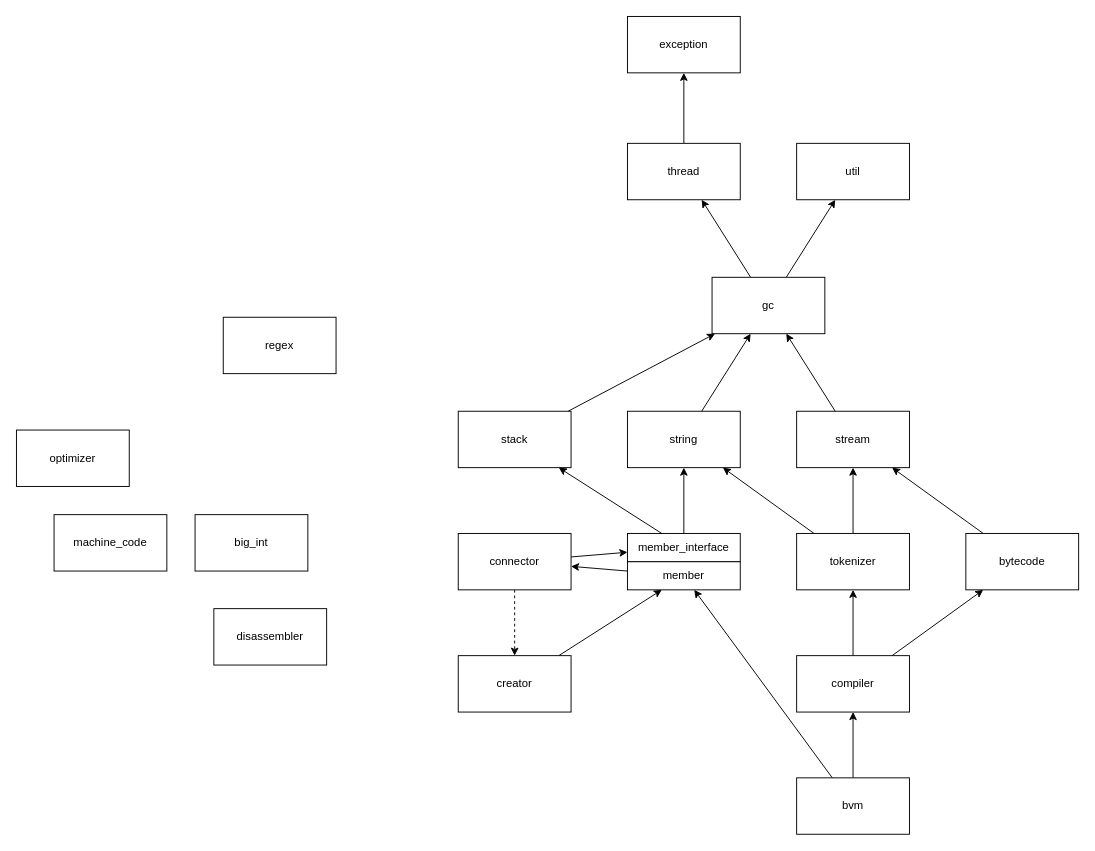
Before: page "Dependencies" (3 of 4) of Components.drawio in bialang/bia, a draw.io diagram. Source tidied: cells renumbered, new cells numbered last; positions are measured from the earlier drawing's top-left corner, leaving out a move shared by most shapes. Both pictures are drawn from the tidied source at 94%, with x=0, y=0 at pixel (16, 16).
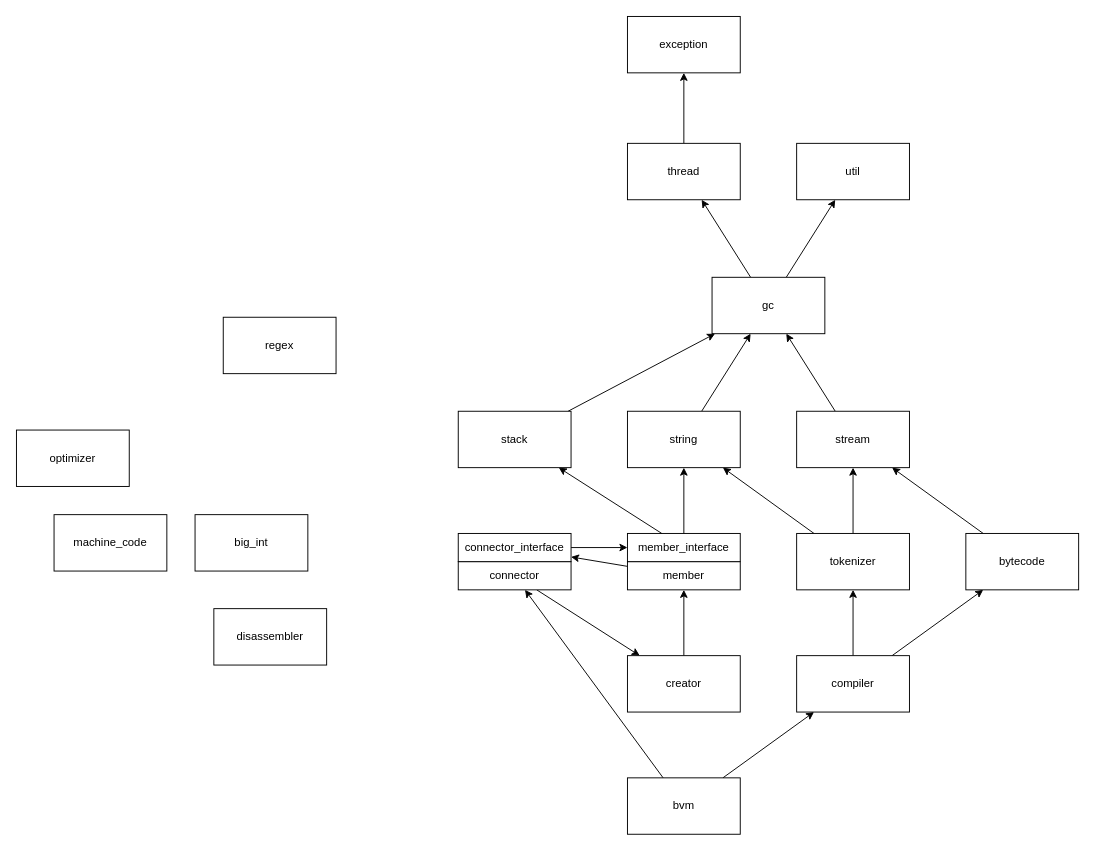
Above is the later version.

The change refers to these unchanged cells:
```xml
<mxCell id="35" value="member" style="rounded=0;whiteSpace=wrap;html=1;" parent="34" vertex="1">
  <mxGeometry y="30" width="120" height="30" as="geometry" />
</mxCell>
<mxCell id="36" value="member_interface" style="rounded=0;whiteSpace=wrap;html=1;" parent="34" vertex="1">
  <mxGeometry width="120" height="30" as="geometry" />
</mxCell>
```

Change to the diagram source:
```diff
@@
-    <mxCell id="13" style="edgeStyle=none;rounded=0;jettySize=auto;html=1;" parent="1" edge="1" source="15" target="35">
-      <mxGeometry relative="1" as="geometry" />
-    </mxCell>
@@
+    <mxCell id="42" style="edgeStyle=none;rounded=0;jettySize=auto;html=1;" parent="1" edge="1" source="15" target="31">
+      <mxGeometry relative="1" as="geometry" />
+    </mxCell>
     <mxCell id="15" value="bvm" style="rounded=0;whiteSpace=wrap;html=1;" parent="1" vertex="1">
-      <mxGeometry x="830" y="810" width="120" height="60" as="geometry" />
+      <mxGeometry x="650" y="810" width="120" height="60" as="geometry" />
     </mxCell>
@@
-    <mxCell id="29" style="edgeStyle=none;rounded=0;jettySize=auto;html=1;endArrow=classic;endFill=1;" parent="1" edge="1" source="31" target="36">
-      <mxGeometry relative="1" as="geometry" />
-    </mxCell>
-    <mxCell id="30" style="edgeStyle=none;rounded=0;jettySize=auto;html=1;dashed=1;" parent="1" edge="1" source="31" target="41">
+    <mxCell id="30" style="edgeStyle=none;rounded=0;jettySize=auto;html=1;" parent="1" edge="1" source="31" target="41">
       <mxGeometry relative="1" as="geometry" />
     </mxCell>
     <mxCell id="31" value="connector" style="rounded=0;whiteSpace=wrap;html=1;" parent="1" vertex="1">
-      <mxGeometry x="470" y="550" width="120" height="60" as="geometry" />
+      <mxGeometry x="470" y="580" width="120" height="30" as="geometry" />
     </mxCell>
@@
-    <mxCell id="38" style="rounded=0;jettySize=auto;html=1;" parent="1" edge="1" source="35" target="31">
-      <mxGeometry relative="1" as="geometry" />
-    </mxCell>
@@
     <mxCell id="41" value="creator" style="rounded=0;whiteSpace=wrap;html=1;" parent="1" vertex="1">
-      <mxGeometry x="470" y="680" width="120" height="60" as="geometry" />
+      <mxGeometry x="650" y="680" width="120" height="60" as="geometry" />
     </mxCell>
+    <mxCell id="43" style="edgeStyle=none;rounded=0;jettySize=auto;html=1;" parent="1" edge="1" source="44" target="36">
+      <mxGeometry relative="1" as="geometry" />
+    </mxCell>
+    <mxCell id="44" value="connector_interface" style="rounded=0;whiteSpace=wrap;html=1;" parent="1" vertex="1">
+      <mxGeometry x="470" y="550" width="120" height="30" as="geometry" />
+    </mxCell>
+    <mxCell id="45" style="edgeStyle=none;rounded=0;jettySize=auto;html=1;" parent="1" edge="1" source="35" target="44">
+      <mxGeometry relative="1" as="geometry" />
+    </mxCell>
```
